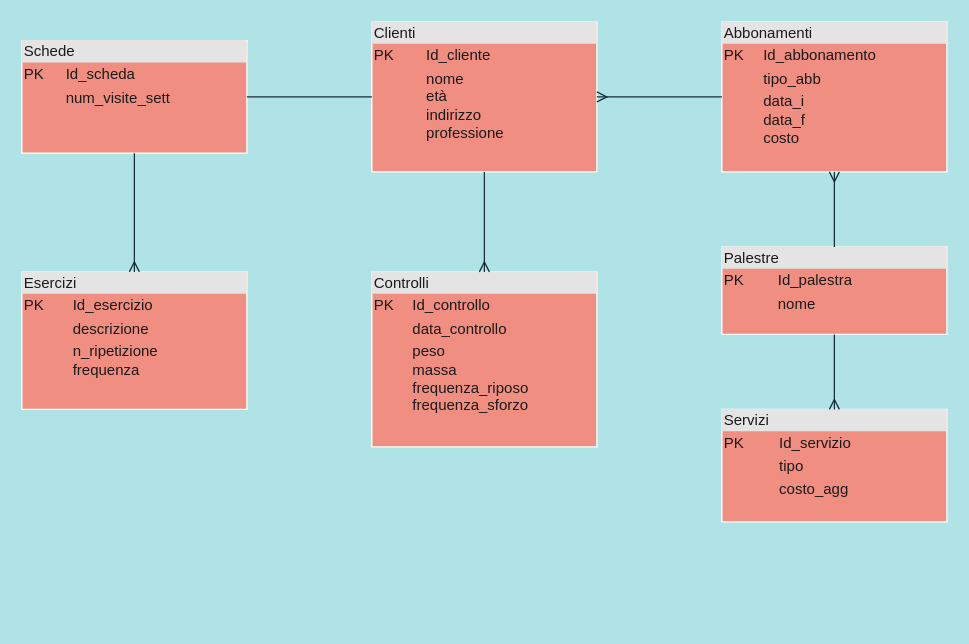
ChiaraGismondi02/informatica-modelloE-R keeps this draw.io diagram as Palestra.drawio. Above is the earlier version. Source tidied: cells renumbered, new cells numbered last; positions are measured from the earlier drawing's top-left corner, leaving out a move shared by most shapes. Both pictures are drawn from the tidied source at 125%, with x=0, y=0 at pixel (21, 21).
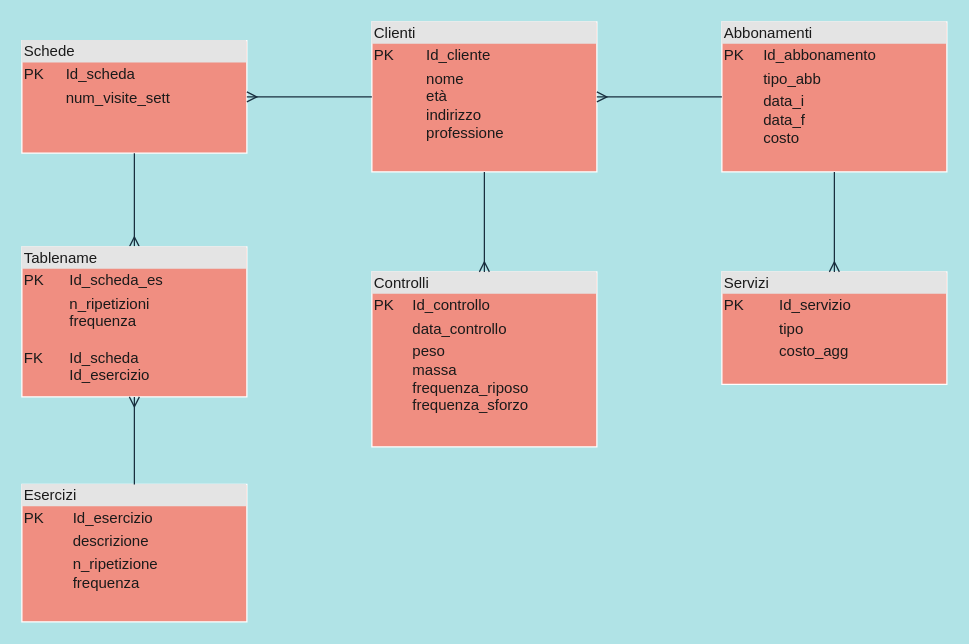
Above is the later version.

Change to the diagram source:
```diff
@@
 <mxGraphModel background="#B0E3E6">
   <root>
     <mxCell id="0" />
     <mxCell id="1" parent="0" />
     <mxCell id="2" value="&lt;div style=&quot;box-sizing: border-box ; width: 100% ; background: #e4e4e4 ; padding: 2px&quot;&gt;Clienti&lt;/div&gt;&lt;table style=&quot;width: 100% ; font-size: 1em&quot; cellpadding=&quot;2&quot; cellspacing=&quot;0&quot;&gt;&lt;tbody&gt;&lt;tr&gt;&lt;td&gt;PK&lt;/td&gt;&lt;td&gt;Id_cliente&lt;/td&gt;&lt;/tr&gt;&lt;tr&gt;&lt;td&gt;&lt;br&gt;&lt;/td&gt;&lt;td&gt;nome &lt;br&gt;età &lt;br&gt;indirizzo &lt;br&gt;professione&lt;/td&gt;&lt;/tr&gt;&lt;tr&gt;&lt;td&gt;&lt;/td&gt;&lt;td&gt;&lt;br&gt;&lt;/td&gt;&lt;/tr&gt;&lt;/tbody&gt;&lt;/table&gt;" style="verticalAlign=top;align=left;overflow=fill;html=1;fillColor=#F08E81;strokeColor=#FFFFFF;fontColor=#1A1A1A;" parent="1" vertex="1">
       <mxGeometry x="280" width="180" height="120" as="geometry" />
     </mxCell>
     <mxCell id="3" value="&lt;div style=&quot;box-sizing: border-box ; width: 100% ; background: #e4e4e4 ; padding: 2px&quot;&gt;Schede&lt;/div&gt;&lt;table style=&quot;width: 100% ; font-size: 1em&quot; cellpadding=&quot;2&quot; cellspacing=&quot;0&quot;&gt;&lt;tbody&gt;&lt;tr&gt;&lt;td&gt;PK&lt;/td&gt;&lt;td&gt;Id_scheda&lt;/td&gt;&lt;/tr&gt;&lt;tr&gt;&lt;td&gt;&lt;br&gt;&lt;/td&gt;&lt;td&gt;num_visite_sett&lt;/td&gt;&lt;/tr&gt;&lt;tr&gt;&lt;td&gt;&lt;/td&gt;&lt;td&gt;&lt;br&gt;&lt;/td&gt;&lt;/tr&gt;&lt;/tbody&gt;&lt;/table&gt;" style="verticalAlign=top;align=left;overflow=fill;html=1;fillColor=#F08E81;strokeColor=#FFFFFF;fontColor=#1A1A1A;" parent="1" vertex="1">
       <mxGeometry y="15" width="180" height="90" as="geometry" />
     </mxCell>
     <mxCell id="4" value="&lt;div style=&quot;box-sizing: border-box ; width: 100% ; background: #e4e4e4 ; padding: 2px&quot;&gt;Abbonamenti&lt;/div&gt;&lt;table style=&quot;width: 100% ; font-size: 1em&quot; cellpadding=&quot;2&quot; cellspacing=&quot;0&quot;&gt;&lt;tbody&gt;&lt;tr&gt;&lt;td&gt;PK&lt;/td&gt;&lt;td&gt;Id_abbonamento&lt;/td&gt;&lt;/tr&gt;&lt;tr&gt;&lt;td&gt;&lt;br&gt;&lt;/td&gt;&lt;td&gt;tipo_abb&lt;/td&gt;&lt;/tr&gt;&lt;tr&gt;&lt;td&gt;&lt;/td&gt;&lt;td&gt;data_i&lt;br&gt;data_f&lt;br&gt;costo&lt;/td&gt;&lt;/tr&gt;&lt;/tbody&gt;&lt;/table&gt;" style="verticalAlign=top;align=left;overflow=fill;html=1;fillColor=#F08E81;strokeColor=#FFFFFF;fontColor=#1A1A1A;" parent="1" vertex="1">
       <mxGeometry x="560" width="180" height="120" as="geometry" />
     </mxCell>
     <mxCell id="5" value="&lt;div style=&quot;box-sizing: border-box ; width: 100% ; background: #e4e4e4 ; padding: 2px&quot;&gt;Esercizi&lt;/div&gt;&lt;table style=&quot;width: 100% ; font-size: 1em&quot; cellpadding=&quot;2&quot; cellspacing=&quot;0&quot;&gt;&lt;tbody&gt;&lt;tr&gt;&lt;td&gt;PK&lt;/td&gt;&lt;td&gt;Id_esercizio&lt;/td&gt;&lt;/tr&gt;&lt;tr&gt;&lt;td&gt;&lt;br&gt;&lt;/td&gt;&lt;td&gt;descrizione&lt;/td&gt;&lt;/tr&gt;&lt;tr&gt;&lt;td&gt;&lt;/td&gt;&lt;td&gt;n_ripetizione&lt;br&gt;frequenza&lt;/td&gt;&lt;/tr&gt;&lt;/tbody&gt;&lt;/table&gt;" style="verticalAlign=top;align=left;overflow=fill;html=1;fillColor=#F08E81;strokeColor=#FFFFFF;fontColor=#1A1A1A;" parent="1" vertex="1">
-      <mxGeometry y="200" width="180" height="110" as="geometry" />
+      <mxGeometry y="370" width="180" height="110" as="geometry" />
     </mxCell>
     <mxCell id="6" value="&lt;div style=&quot;box-sizing: border-box ; width: 100% ; background: #e4e4e4 ; padding: 2px&quot;&gt;Controlli&lt;/div&gt;&lt;table style=&quot;width: 100% ; font-size: 1em&quot; cellpadding=&quot;2&quot; cellspacing=&quot;0&quot;&gt;&lt;tbody&gt;&lt;tr&gt;&lt;td&gt;PK&lt;/td&gt;&lt;td&gt;Id_controllo&lt;/td&gt;&lt;/tr&gt;&lt;tr&gt;&lt;td&gt;&lt;br&gt;&lt;/td&gt;&lt;td&gt;data_controllo&lt;/td&gt;&lt;/tr&gt;&lt;tr&gt;&lt;td&gt;&lt;/td&gt;&lt;td&gt;peso&lt;br&gt;massa&lt;br&gt;frequenza_riposo&lt;br&gt;frequenza_sforzo&lt;/td&gt;&lt;/tr&gt;&lt;/tbody&gt;&lt;/table&gt;" style="verticalAlign=top;align=left;overflow=fill;html=1;fillColor=#F08E81;strokeColor=#FFFFFF;fontColor=#1A1A1A;" parent="1" vertex="1">
       <mxGeometry x="280" y="200" width="180" height="140" as="geometry" />
     </mxCell>
     <mxCell id="7" value="&lt;div style=&quot;box-sizing: border-box ; width: 100% ; background: #e4e4e4 ; padding: 2px&quot;&gt;Servizi&lt;/div&gt;&lt;table style=&quot;width: 100% ; font-size: 1em&quot; cellpadding=&quot;2&quot; cellspacing=&quot;0&quot;&gt;&lt;tbody&gt;&lt;tr&gt;&lt;td&gt;PK&lt;/td&gt;&lt;td&gt;Id_servizio&lt;/td&gt;&lt;/tr&gt;&lt;tr&gt;&lt;td&gt;&lt;br&gt;&lt;/td&gt;&lt;td&gt;tipo&lt;/td&gt;&lt;/tr&gt;&lt;tr&gt;&lt;td&gt;&lt;/td&gt;&lt;td&gt;costo_agg&lt;/td&gt;&lt;/tr&gt;&lt;/tbody&gt;&lt;/table&gt;" style="verticalAlign=top;align=left;overflow=fill;html=1;fillColor=#F08E81;strokeColor=#FFFFFF;fontColor=#1A1A1A;" parent="1" vertex="1">
-      <mxGeometry x="560" y="310" width="180" height="90" as="geometry" />
+      <mxGeometry x="560" y="200" width="180" height="90" as="geometry" />
     </mxCell>
     <mxCell id="8" style="endArrow=none;html=1;entryX=0;entryY=0.5;entryDx=0;entryDy=0;startArrow=ERmany;startFill=0;exitX=1;exitY=0.5;exitDx=0;exitDy=0;strokeColor=#182E3E;fontColor=#1A1A1A;labelBackgroundColor=#B0E3E6;" parent="1" edge="1" source="2" target="4">
       <mxGeometry relative="1" as="geometry" />
     </mxCell>
-    <mxCell id="9" style="endArrow=none;html=1;entryX=1;entryY=0.5;entryDx=0;entryDy=0;exitX=0;exitY=0.5;exitDx=0;exitDy=0;strokeColor=#182E3E;fontColor=#1A1A1A;labelBackgroundColor=#B0E3E6;" parent="1" edge="1" source="2" target="3">
+    <mxCell id="9" style="endArrow=none;html=1;exitX=1;exitY=0.5;exitDx=0;exitDy=0;strokeColor=#182E3E;fontColor=#1A1A1A;startArrow=ERmany;startFill=0;entryX=0;entryY=0.5;entryDx=0;entryDy=0;labelBackgroundColor=#B0E3E6;" parent="1" edge="1" source="3" target="2">
       <mxGeometry relative="1" as="geometry" />
     </mxCell>
     <mxCell id="10" style="endArrow=none;html=1;entryX=0.5;entryY=1;entryDx=0;entryDy=0;exitX=0.5;exitY=0;exitDx=0;exitDy=0;startArrow=ERmany;startFill=0;strokeColor=#182E3E;fontColor=#1A1A1A;labelBackgroundColor=#B0E3E6;" parent="1" edge="1" source="6" target="2">
       <mxGeometry relative="1" as="geometry" />
     </mxCell>
-    <mxCell id="11" value="&lt;div style=&quot;box-sizing: border-box ; width: 100% ; background: #e4e4e4 ; padding: 2px&quot;&gt;Palestre&lt;/div&gt;&lt;table style=&quot;width: 100% ; font-size: 1em&quot; cellpadding=&quot;2&quot; cellspacing=&quot;0&quot;&gt;&lt;tbody&gt;&lt;tr&gt;&lt;td&gt;PK&lt;/td&gt;&lt;td&gt;Id_palestra&lt;/td&gt;&lt;/tr&gt;&lt;tr&gt;&lt;td&gt;&lt;br&gt;&lt;/td&gt;&lt;td&gt;nome&lt;/td&gt;&lt;/tr&gt;&lt;tr&gt;&lt;td&gt;&lt;/td&gt;&lt;td&gt;&lt;br&gt;&lt;/td&gt;&lt;/tr&gt;&lt;/tbody&gt;&lt;/table&gt;" style="verticalAlign=top;align=left;overflow=fill;html=1;fillColor=#F08E81;strokeColor=#FFFFFF;fontColor=#1A1A1A;" parent="1" vertex="1">
-      <mxGeometry x="560" y="180" width="180" height="70" as="geometry" />
-    </mxCell>
-    <mxCell id="12" style="endArrow=none;html=1;entryX=0.5;entryY=0;entryDx=0;entryDy=0;startArrow=ERmany;startFill=0;exitX=0.5;exitY=1;exitDx=0;exitDy=0;strokeColor=#182E3E;fontColor=#1A1A1A;labelBackgroundColor=#B0E3E6;" parent="1" edge="1" source="4" target="11">
-      <mxGeometry relative="1" as="geometry" />
-    </mxCell>
-    <mxCell id="13" style="endArrow=none;html=1;entryX=0.5;entryY=1;entryDx=0;entryDy=0;exitX=0.5;exitY=0;exitDx=0;exitDy=0;startArrow=ERmany;startFill=0;strokeColor=#182E3E;fontColor=#1A1A1A;labelBackgroundColor=#B0E3E6;" parent="1" edge="1" source="7" target="11">
+    <mxCell id="13" style="endArrow=none;html=1;entryX=0.5;entryY=1;entryDx=0;entryDy=0;startArrow=ERmany;startFill=0;strokeColor=#182E3E;fontColor=#1A1A1A;exitX=0.5;exitY=0;exitDx=0;exitDy=0;labelBackgroundColor=#B0E3E6;" parent="1" edge="1" source="7" target="4">
       <mxGeometry relative="1" as="geometry" />
     </mxCell>
-    <mxCell id="14" style="endArrow=none;html=1;entryX=0.5;entryY=1;entryDx=0;entryDy=0;exitX=0.5;exitY=0;exitDx=0;exitDy=0;startArrow=ERmany;startFill=0;strokeColor=#182E3E;fontColor=#1A1A1A;labelBackgroundColor=#B0E3E6;" parent="1" edge="1" source="5" target="3">
+    <mxCell id="14" style="endArrow=none;html=1;entryX=0.5;entryY=1;entryDx=0;entryDy=0;startArrow=ERmany;startFill=0;fontColor=#1A1A1A;exitX=0.5;exitY=0;exitDx=0;exitDy=0;labelBackgroundColor=#B0E3E6;strokeColor=#182E3E;" parent="1" edge="1" source="15" target="3">
       <mxGeometry relative="1" as="geometry" />
     </mxCell>
+    <mxCell id="15" value="&lt;div style=&quot;box-sizing: border-box ; width: 100% ; background: #e4e4e4 ; padding: 2px&quot;&gt;Tablename&lt;/div&gt;&lt;table style=&quot;width: 100% ; font-size: 1em&quot; cellpadding=&quot;2&quot; cellspacing=&quot;0&quot;&gt;&lt;tbody&gt;&lt;tr&gt;&lt;td&gt;PK&lt;/td&gt;&lt;td&gt;Id_scheda_es&lt;br&gt;&lt;/td&gt;&lt;/tr&gt;&lt;tr&gt;&lt;td&gt;&lt;br&gt;&lt;br&gt;FK&lt;/td&gt;&lt;td&gt;n_ripetizioni&lt;br&gt;frequenza&lt;br&gt;&lt;br&gt;Id_scheda&lt;br&gt;Id_esercizio&lt;/td&gt;&lt;/tr&gt;&lt;/tbody&gt;&lt;/table&gt;" style="verticalAlign=top;align=left;overflow=fill;html=1;fillColor=#F08E81;strokeColor=#FFFFFF;fontColor=#1A1A1A;" parent="1" vertex="1">
+      <mxGeometry y="180" width="180" height="120" as="geometry" />
+    </mxCell>
+    <mxCell id="16" style="endArrow=none;html=1;entryX=0.5;entryY=0;entryDx=0;entryDy=0;startArrow=ERmany;startFill=0;fontColor=#1A1A1A;labelBackgroundColor=#B0E3E6;strokeColor=#182E3E;" parent="1" edge="1" target="5">
+      <mxGeometry relative="1" as="geometry">
+        <mxPoint x="90" y="300" as="sourcePoint" />
+      </mxGeometry>
+    </mxCell>
   </root>
 </mxGraphModel>
```
